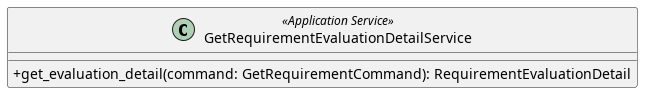
GroupRubberDuck/Documentazione keeps this PlantUML diagram as src/PB/DocumentazioneEsterna/Specifica_Tecnica/content/05-diagrammi-classi/uml/png/GetRequirementEvaluationDetail/GetRequirementEvaluationDetailService.png. Above is the earlier version.
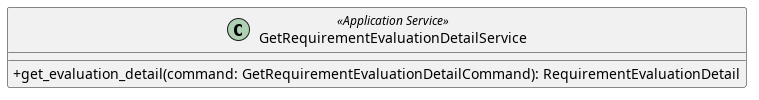
The same file after the commit.

Diff of the diagram source:
```diff
@@ -2,7 +2,7 @@
 skinparam classAttributeIconSize 0
 
 class GetRequirementEvaluationDetailService <<Application Service>> {
-    + get_evaluation_detail(command: GetRequirementCommand): RequirementEvaluationDetail
+    + get_evaluation_detail(command: GetRequirementEvaluationDetailCommand): RequirementEvaluationDetail
 }
 
 @enduml
```
